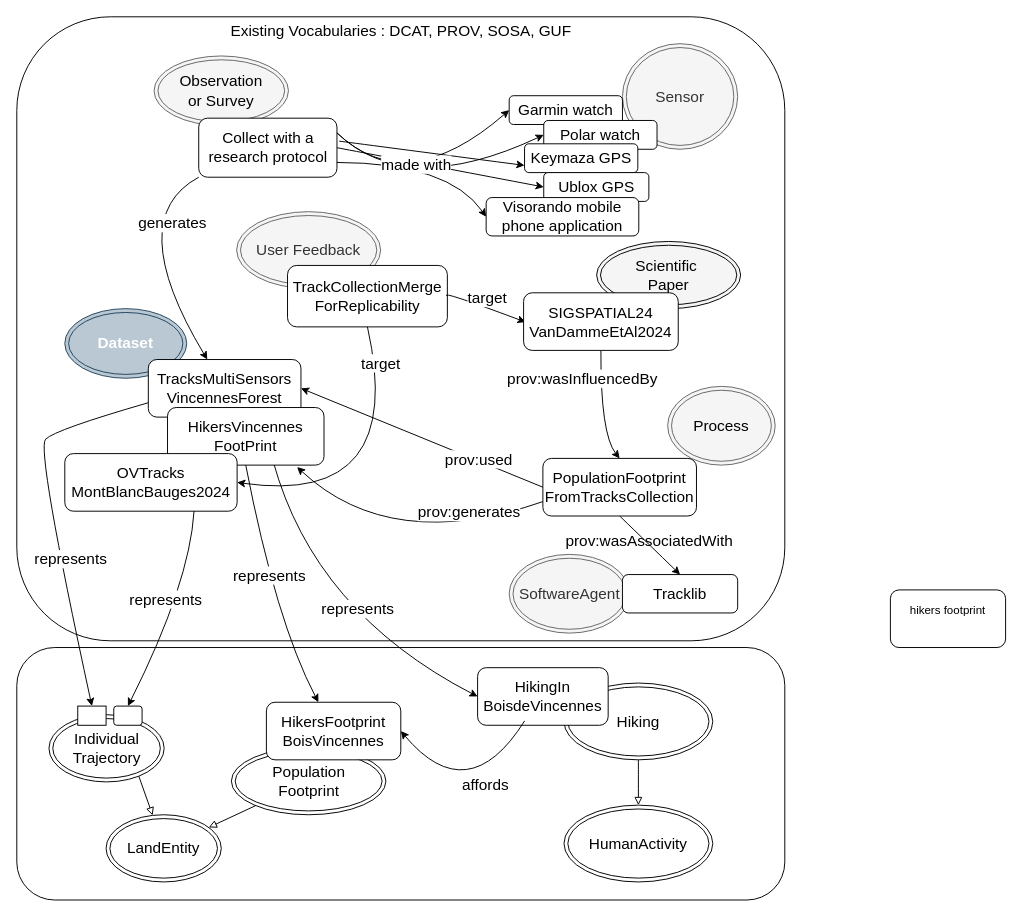
This is page "Schéma 2 article" (3 of 3) of docs/diagrams/model_KG.drawio from IntForOut/outdoorPressure, a draw.io file, before an edit. Source tidied: cells renumbered, new cells numbered last; positions are measured from the earlier drawing's top-left corner, leaving out a move shared by most shapes. Both pictures are drawn from the tidied source at 96%, with x=0, y=0 at pixel (16, 16).
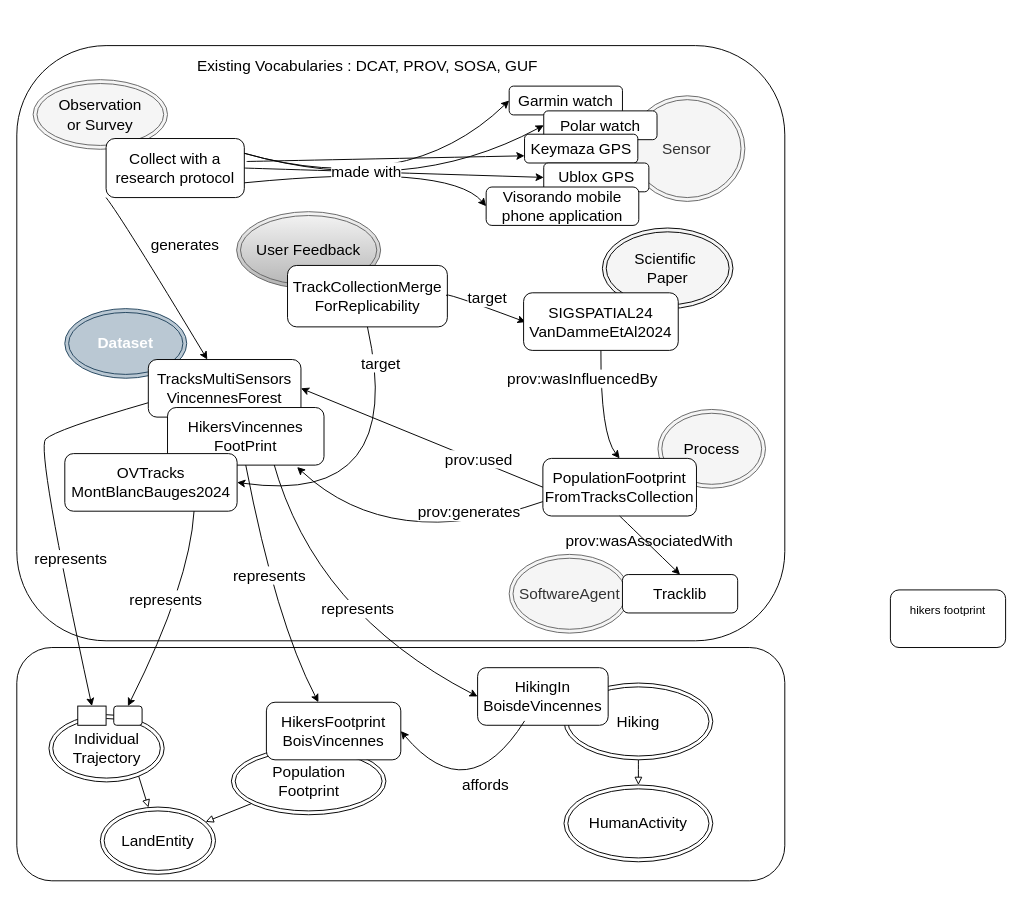
The same diagram, later.

Commit message:
Mettre à jour model_KG.drawio

The edit, as a diff of the source:
```diff
@@
     <mxCell id="2" style="rounded=1;whiteSpace=wrap;html=1;fillColor=none;" parent="1" vertex="1">
-      <mxGeometry y="657" width="800" height="263" as="geometry" />
+      <mxGeometry y="657" width="800" height="243" as="geometry" />
     </mxCell>
     <mxCell id="3" style="rounded=1;whiteSpace=wrap;html=1;fillColor=none;strokeColor=#000000;" parent="1" vertex="1">
-      <mxGeometry width="800" height="650" as="geometry" />
+      <mxGeometry y="30" width="800" height="620" as="geometry" />
     </mxCell>
@@
     <mxCell id="5" value="&lt;font&gt;Sensor&lt;/font&gt;" style="ellipse;shape=doubleEllipse;whiteSpace=wrap;html=1;fontSize=16;fillColor=#f5f5f5;fontColor=#333333;strokeColor=#666666;" parent="1" vertex="1">
-      <mxGeometry x="630.9" y="28" width="120" height="110" as="geometry" />
+      <mxGeometry x="638.4" y="82.3" width="120" height="110" as="geometry" />
     </mxCell>
     <mxCell id="6" value="&lt;font style=&quot;color: rgb(0, 0, 0);&quot;&gt;Observation&lt;br&gt;or Survey&lt;/font&gt;" style="ellipse;shape=doubleEllipse;whiteSpace=wrap;html=1;fontSize=16;fillColor=#f5f5f5;strokeColor=#666666;fontColor=#333333;" parent="1" vertex="1">
-      <mxGeometry x="143" y="40.8" width="140" height="72.5" as="geometry" />
+      <mxGeometry x="17" y="65.5" width="140" height="72.5" as="geometry" />
     </mxCell>
@@
-    <mxCell id="8" value="&lt;font&gt;User Feedback&lt;/font&gt;" style="ellipse;shape=doubleEllipse;whiteSpace=wrap;html=1;fontSize=16;fillColor=#f5f5f5;strokeColor=#666666;fontColor=#333333;" parent="1" vertex="1">
+    <mxCell id="8" value="&lt;font&gt;User Feedback&lt;/font&gt;" style="ellipse;shape=doubleEllipse;whiteSpace=wrap;html=1;fontSize=16;fillColor=#f5f5f5;strokeColor=#666666;gradientColor=#b3b3b3;" parent="1" vertex="1">
       <mxGeometry x="229" y="203" width="150" height="80" as="geometry" />
     </mxCell>
@@
     <mxCell id="10" value="&lt;span style=&quot;color: rgb(0, 0, 0);&quot;&gt;Process&lt;/span&gt;" style="ellipse;shape=doubleEllipse;whiteSpace=wrap;html=1;fontSize=16;fillColor=#f5f5f5;fontColor=#333333;strokeColor=#666666;" parent="1" vertex="1">
-      <mxGeometry x="678" y="385" width="112" height="82" as="geometry" />
+      <mxGeometry x="667.9" y="409" width="112" height="82" as="geometry" />
     </mxCell>
     <mxCell id="11" value="&lt;div&gt;&lt;font style=&quot;color: rgb(0, 0, 0);&quot;&gt;Scientific&amp;nbsp;&lt;/font&gt;&lt;/div&gt;&lt;div&gt;&lt;font style=&quot;color: rgb(0, 0, 0);&quot;&gt;Paper&lt;/font&gt;&lt;/div&gt;" style="ellipse;shape=doubleEllipse;whiteSpace=wrap;html=1;fontSize=16;fillColor=#f5f5f5;fontColor=#333333;strokeColor=#000000;" parent="1" vertex="1">
-      <mxGeometry x="604" y="234" width="150" height="70" as="geometry" />
+      <mxGeometry x="610" y="220" width="136" height="84" as="geometry" />
     </mxCell>
@@
     <mxCell id="15" value="LandEntity" style="ellipse;shape=doubleEllipse;whiteSpace=wrap;html=1;fontSize=16;" parent="1" vertex="1">
-      <mxGeometry x="93" y="831.2" width="120" height="70" as="geometry" />
+      <mxGeometry x="87" y="823.2" width="120" height="70" as="geometry" />
     </mxCell>
@@
     <mxCell id="17" value="&lt;font&gt;Collect with a research protocol&lt;/font&gt;" style="rounded=1;whiteSpace=wrap;html=1;strokeWidth=1;strokeColor=#000000;fontSize=16;" parent="1" vertex="1">
-      <mxGeometry x="189.5" y="105.6" width="144" height="61.5" as="geometry" />
+      <mxGeometry x="93" y="126.8" width="144" height="61.5" as="geometry" />
     </mxCell>
@@
     <mxCell id="20" value="&lt;font&gt;Garmin watch&lt;/font&gt;" style="rounded=1;whiteSpace=wrap;html=1;fontSize=16;" parent="1" vertex="1">
-      <mxGeometry x="512.9" y="82.2" width="118" height="30" as="geometry" />
+      <mxGeometry x="512.9" y="72.2" width="118" height="30" as="geometry" />
     </mxCell>
@@
     <mxCell id="37" value="&lt;font&gt;Polar watch&lt;/font&gt;" style="rounded=1;whiteSpace=wrap;html=1;fontSize=16;" parent="1" vertex="1">
-      <mxGeometry x="548.9" y="108" width="118" height="30" as="geometry" />
+      <mxGeometry x="548.9" y="98" width="118" height="30" as="geometry" />
     </mxCell>
     <mxCell id="38" value="&lt;font&gt;Keymaza GPS&lt;/font&gt;" style="rounded=1;whiteSpace=wrap;html=1;fontSize=16;" parent="1" vertex="1">
-      <mxGeometry x="528.9" y="132.3" width="118" height="30" as="geometry" />
+      <mxGeometry x="528.9" y="122.3" width="118" height="30" as="geometry" />
     </mxCell>
     <mxCell id="39" value="&lt;font&gt;Ublox GPS&lt;/font&gt;" style="rounded=1;whiteSpace=wrap;html=1;fontSize=16;" parent="1" vertex="1">
-      <mxGeometry x="548.9" y="162.3" width="109.5" height="30" as="geometry" />
+      <mxGeometry x="548.9" y="152.3" width="109.5" height="30" as="geometry" />
     </mxCell>
     <mxCell id="40" value="&lt;font&gt;Visorando mobile phone application&lt;/font&gt;" style="rounded=1;whiteSpace=wrap;html=1;fontSize=16;" parent="1" vertex="1">
-      <mxGeometry x="488.9" y="188.3" width="159" height="40" as="geometry" />
+      <mxGeometry x="488.9" y="177.3" width="159" height="40" as="geometry" />
     </mxCell>
@@
     <mxCell id="51" value="&lt;font&gt;Existing Vocabularies : DCAT, PROV, SOSA, GUF&lt;/font&gt;" style="text;html=1;whiteSpace=wrap;strokeColor=none;fillColor=none;align=center;verticalAlign=middle;rounded=0;fontSize=16;" parent="1" vertex="1">
-      <mxGeometry x="199.8" width="400.5" height="30" as="geometry" />
+      <mxGeometry x="165" y="35.5" width="400.5" height="30" as="geometry" />
     </mxCell>
@@
     <mxCell id="62" value="&lt;div&gt;HumanActivity&lt;/div&gt;" style="ellipse;shape=doubleEllipse;whiteSpace=wrap;html=1;fontSize=16;" parent="1" vertex="1">
-      <mxGeometry x="570" y="821.2" width="155" height="80" as="geometry" />
+      <mxGeometry x="570" y="800.2" width="155" height="80" as="geometry" />
     </mxCell>
```
